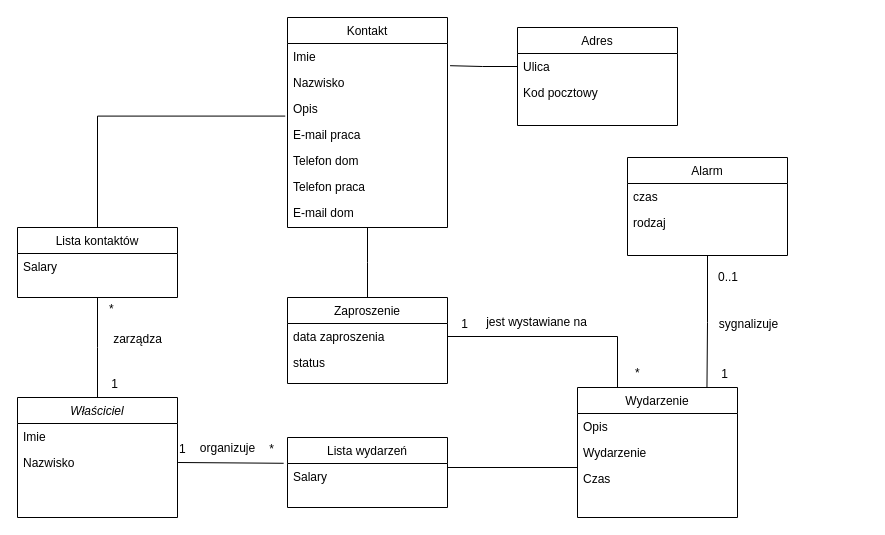
Before: AiPSIpr2.drawio in cocacolaja/Studia, a draw.io diagram. Source tidied: cells renumbered, new cells numbered last; positions are measured from the earlier drawing's top-left corner, leaving out a move shared by most shapes. Both pictures are drawn from the tidied source at 100%, with x=0, y=0 at pixel (17, 17).
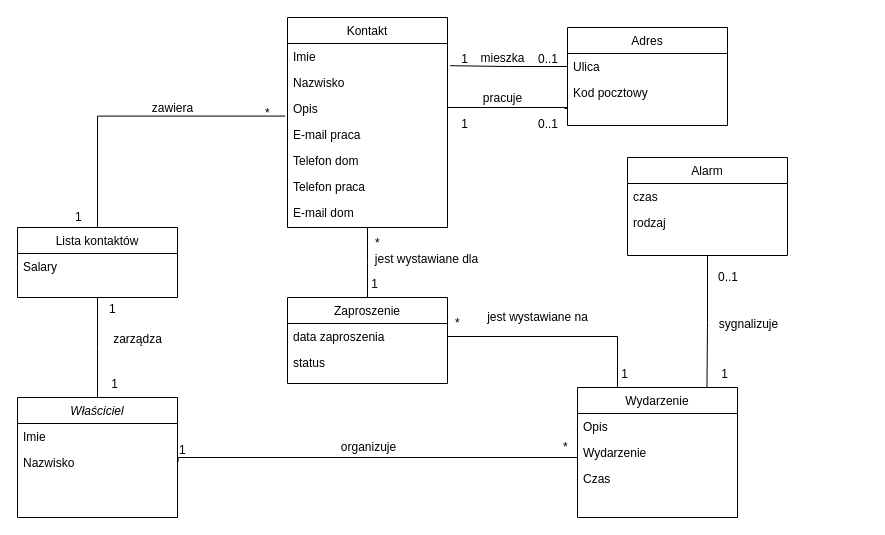
Above is the later version.

Unchanged cells that the change refers to:
```xml
<mxCell id="14" value="Wydarzenie" style="text;align=left;verticalAlign=top;spacingLeft=4;spacingRight=4;overflow=hidden;points=[[0,0.5],[1,0.5]];portConstraint=eastwest;rounded=0;shadow=0;html=0;" parent="12" vertex="1">
  <mxGeometry y="52" width="160" height="26" as="geometry" />
</mxCell>
```

What changed in the source:
```diff
@@
-    <mxCell id="9" value="Lista wydarzeń" style="swimlane;fontStyle=0;align=center;verticalAlign=top;horizontal=1;startSize=26;rounded=0;shadow=0;strokeWidth=1;" parent="1" vertex="1">
-      <mxGeometry x="270" y="420" width="160" height="70" as="geometry" />
-    </mxCell>
-    <mxCell id="10" value="Salary" style="text;align=left;verticalAlign=top;spacingLeft=4;spacingRight=4;overflow=hidden;points=[[0,0.5],[1,0.5]];portConstraint=eastwest;" parent="9" vertex="1">
-      <mxGeometry y="26" width="160" height="26" as="geometry" />
-    </mxCell>
-    <mxCell id="11" style="endArrow=none;endSize=10;endFill=0;shadow=0;strokeWidth=1;rounded=0;curved=0;edgeStyle=elbowEdgeStyle;elbow=vertical;exitX=1;exitY=0.5;exitDx=0;exitDy=0;" parent="1" edge="1" source="10">
-      <mxGeometry relative="1" as="geometry">
-        <mxPoint x="560" y="460" as="targetPoint" />
-        <Array as="points">
-          <mxPoint x="370" y="450" />
-        </Array>
-      </mxGeometry>
-    </mxCell>
@@
-    <mxCell id="32" style="endArrow=none;shadow=0;strokeWidth=1;rounded=0;curved=0;endFill=0;edgeStyle=elbowEdgeStyle;elbow=vertical;exitX=-0.024;exitY=-0.008;exitDx=0;exitDy=0;exitPerimeter=0;entryX=1.004;entryY=0.238;entryDx=0;entryDy=0;entryPerimeter=0;" parent="1" edge="1" source="10">
+    <mxCell id="32" style="endArrow=none;shadow=0;strokeWidth=1;rounded=0;curved=0;endFill=0;edgeStyle=elbowEdgeStyle;elbow=vertical;exitX=0;exitY=0.5;exitDx=0;exitDy=0;entryX=1.004;entryY=0.238;entryDx=0;entryDy=0;entryPerimeter=0;" parent="1" edge="1" source="14">
       <mxGeometry x="0.5" y="41" relative="1" as="geometry">
         <mxPoint x="160.6" y="444.2" as="targetPoint" />
         <mxPoint x="-40" y="32" as="offset" />
       </mxGeometry>
     </mxCell>
     <mxCell id="33" value="*" style="align=left;verticalAlign=bottom;labelBackgroundColor=none;fontSize=12;" parent="32" vertex="1">
       <mxGeometry x="-1" relative="1" as="geometry">
-        <mxPoint x="-16" y="-6" as="offset" />
+        <mxPoint x="-16" y="3" as="offset" />
       </mxGeometry>
     </mxCell>
@@
     <mxCell id="35" value="organizuje" style="text;html=1;align=center;verticalAlign=middle;labelBackgroundColor=none;rounded=0;shadow=0;strokeWidth=1;fontSize=12;" parent="32" vertex="1">
       <mxGeometry x="0.5" y="49" relative="1" as="geometry">
-        <mxPoint x="23" y="-64" as="offset" />
+        <mxPoint x="91" y="-60" as="offset" />
       </mxGeometry>
     </mxCell>
     <mxCell id="36" value="Adres" style="swimlane;fontStyle=0;align=center;verticalAlign=top;horizontal=1;startSize=26;rounded=0;shadow=0;strokeWidth=1;" parent="1" vertex="1">
-      <mxGeometry x="500" y="10" width="160" height="98" as="geometry" />
+      <mxGeometry x="550" y="10" width="160" height="98" as="geometry" />
     </mxCell>
@@
-    <mxCell id="42" value="*" style="align=left;verticalAlign=bottom;labelBackgroundColor=none;fontSize=12;" parent="1" vertex="1">
+    <mxCell id="42" value="1" style="align=left;verticalAlign=bottom;labelBackgroundColor=none;fontSize=12;" parent="1" vertex="1">
       <mxGeometry x="90" y="300" as="geometry" />
     </mxCell>
@@
     <mxCell id="47" value="1" style="align=right;verticalAlign=bottom;labelBackgroundColor=none;fontSize=12;" parent="1" vertex="1">
-      <mxGeometry x="510" y="370" as="geometry">
+      <mxGeometry x="670" y="420" as="geometry">
         <mxPoint x="-58" y="-55" as="offset" />
       </mxGeometry>
     </mxCell>
     <mxCell id="48" value="*" style="align=left;verticalAlign=bottom;labelBackgroundColor=none;fontSize=12;" parent="1" vertex="1">
-      <mxGeometry x="640" y="360" as="geometry">
+      <mxGeometry x="460" y="310" as="geometry">
         <mxPoint x="-24" y="4" as="offset" />
       </mxGeometry>
     </mxCell>
     <mxCell id="49" value="jest wystawiane na" style="text;html=1;align=center;verticalAlign=middle;labelBackgroundColor=none;rounded=0;shadow=0;strokeWidth=1;fontSize=12;" parent="1" vertex="1">
       <mxGeometry x="518" y="302" as="geometry">
-        <mxPoint y="2" as="offset" />
+        <mxPoint x="1" y="-3" as="offset" />
       </mxGeometry>
     </mxCell>
+    <mxCell id="50" value="1" style="align=right;verticalAlign=bottom;labelBackgroundColor=none;fontSize=12;" parent="1" vertex="1">
+      <mxGeometry x="510" y="105" as="geometry">
+        <mxPoint x="-58" y="-55" as="offset" />
+      </mxGeometry>
+    </mxCell>
+    <mxCell id="51" style="edgeStyle=orthogonalEdgeStyle;rounded=0;orthogonalLoop=1;jettySize=auto;html=1;entryX=1.016;entryY=0.854;entryDx=0;entryDy=0;entryPerimeter=0;endArrow=none;endFill=0;" parent="1" edge="1">
+      <mxGeometry relative="1" as="geometry">
+        <mxPoint x="547" y="91" as="sourcePoint" />
+        <mxPoint x="430" y="90" as="targetPoint" />
+        <Array as="points">
+          <mxPoint x="550" y="91" />
+          <mxPoint x="550" y="90" />
+        </Array>
+      </mxGeometry>
+    </mxCell>
+    <mxCell id="52" value="0..1" style="align=right;verticalAlign=bottom;labelBackgroundColor=none;fontSize=12;" parent="1" vertex="1">
+      <mxGeometry x="600" y="170" as="geometry">
+        <mxPoint x="-58" y="-55" as="offset" />
+      </mxGeometry>
+    </mxCell>
+    <mxCell id="53" value="0..1" style="align=right;verticalAlign=bottom;labelBackgroundColor=none;fontSize=12;" parent="1" vertex="1">
+      <mxGeometry x="600" y="105" as="geometry">
+        <mxPoint x="-58" y="-55" as="offset" />
+      </mxGeometry>
+    </mxCell>
+    <mxCell id="54" value="1" style="align=right;verticalAlign=bottom;labelBackgroundColor=none;fontSize=12;" parent="1" vertex="1">
+      <mxGeometry x="510" y="170" as="geometry">
+        <mxPoint x="-58" y="-55" as="offset" />
+      </mxGeometry>
+    </mxCell>
+    <mxCell id="55" value="1" style="align=left;verticalAlign=bottom;labelBackgroundColor=none;fontSize=12;" parent="1" vertex="1">
+      <mxGeometry x="50" y="280" as="geometry">
+        <mxPoint x="6" y="-72" as="offset" />
+      </mxGeometry>
+    </mxCell>
+    <mxCell id="56" value="zawiera" style="text;html=1;align=center;verticalAlign=middle;labelBackgroundColor=none;rounded=0;shadow=0;strokeWidth=1;fontSize=12;" parent="1" vertex="1">
+      <mxGeometry x="520" y="270" as="geometry">
+        <mxPoint x="-366" y="-180" as="offset" />
+      </mxGeometry>
+    </mxCell>
+    <mxCell id="57" value="mieszka" style="text;html=1;align=center;verticalAlign=middle;labelBackgroundColor=none;rounded=0;shadow=0;strokeWidth=1;fontSize=12;" parent="1" vertex="1">
+      <mxGeometry x="850" y="220" as="geometry">
+        <mxPoint x="-366" y="-180" as="offset" />
+      </mxGeometry>
+    </mxCell>
+    <mxCell id="58" value="pracuje" style="text;html=1;align=center;verticalAlign=middle;labelBackgroundColor=none;rounded=0;shadow=0;strokeWidth=1;fontSize=12;" parent="1" vertex="1">
+      <mxGeometry x="850" y="260" as="geometry">
+        <mxPoint x="-366" y="-180" as="offset" />
+      </mxGeometry>
+    </mxCell>
+    <mxCell id="59" value="jest wystawiane dla" style="text;html=1;align=center;verticalAlign=middle;labelBackgroundColor=none;rounded=0;shadow=0;strokeWidth=1;fontSize=12;" parent="1" vertex="1">
+      <mxGeometry x="510" y="300" as="geometry">
+        <mxPoint x="-102" y="-59" as="offset" />
+      </mxGeometry>
+    </mxCell>
+    <mxCell id="60" value="1" style="align=right;verticalAlign=bottom;labelBackgroundColor=none;fontSize=12;" parent="1" vertex="1">
+      <mxGeometry x="420" y="330" as="geometry">
+        <mxPoint x="-58" y="-55" as="offset" />
+      </mxGeometry>
+    </mxCell>
+    <mxCell id="61" value="*" style="align=left;verticalAlign=bottom;labelBackgroundColor=none;fontSize=12;" parent="1" vertex="1">
+      <mxGeometry x="380" y="230" as="geometry">
+        <mxPoint x="-24" y="4" as="offset" />
+      </mxGeometry>
+    </mxCell>
+    <mxCell id="62" value="*" style="align=left;verticalAlign=bottom;labelBackgroundColor=none;fontSize=12;" parent="1" vertex="1">
+      <mxGeometry x="270" y="100" as="geometry">
+        <mxPoint x="-24" y="4" as="offset" />
+      </mxGeometry>
+    </mxCell>
```
